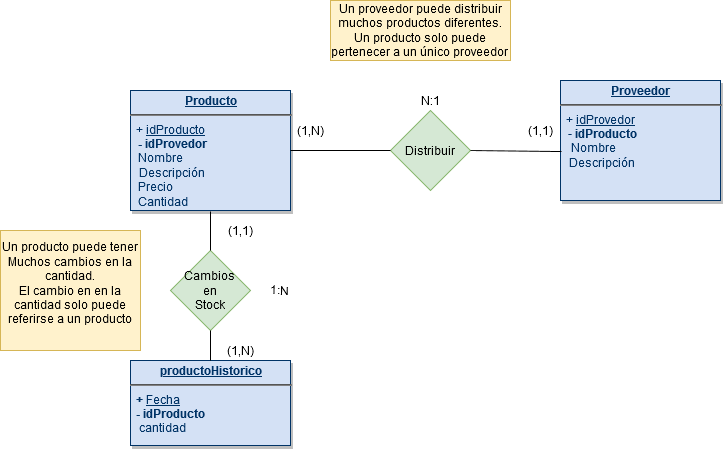
Earlier version of the draw.io export Model Diagram.png (EddyCeti/JarabeProject). Source tidied: cells renumbered, new cells last; positions are measured from the earlier drawing's top-left corner, leaving out a move shared by most shapes.
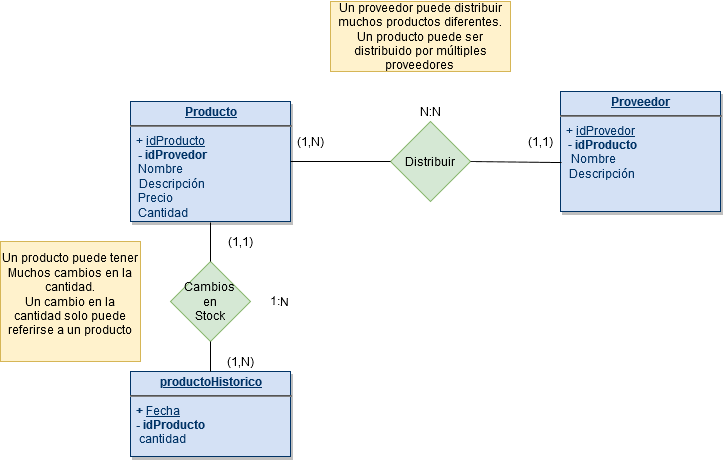
The same diagram one commit later.

Commit message:
Model Diagram V2.png

What changed in the source:
```diff
@@ -17,7 +17,7 @@
     <mxCell id="6" style="endArrow=none;html=1;entryX=1;entryY=0.5;entryDx=0;entryDy=0;exitX=0.006;exitY=0.592;exitDx=0;exitDy=0;exitPerimeter=0;" parent="1" edge="1" source="3" target="4">
       <mxGeometry relative="1" as="geometry" />
     </mxCell>
-    <mxCell id="7" value="N:1" style="text;html=1;strokeColor=none;fillColor=none;align=center;verticalAlign=middle;whiteSpace=wrap;rounded=0;" parent="1" vertex="1">
+    <mxCell id="7" value="N:N" style="text;html=1;strokeColor=none;fillColor=none;align=center;verticalAlign=middle;whiteSpace=wrap;rounded=0;" parent="1" vertex="1">
       <mxGeometry x="410" y="90" width="40" height="20" as="geometry" />
     </mxCell>
     <mxCell id="8" value="&lt;p style=&quot;margin: 0px ; margin-top: 4px ; text-align: center ; text-decoration: underline&quot;&gt;&lt;strong&gt;productoHistorico&lt;/strong&gt;&lt;/p&gt;&lt;hr&gt;&lt;div&gt;&lt;b&gt;&amp;nbsp; + &lt;/b&gt;&lt;u&gt;Fecha&lt;/u&gt;&lt;/div&gt;&lt;b&gt;&amp;nbsp; - idProducto&lt;/b&gt;&lt;div&gt;&amp;nbsp;&amp;nbsp; cantidad&lt;br&gt;&lt;/div&gt;&lt;b&gt;&lt;/b&gt;&lt;p style=&quot;margin: 0px ; margin-left: 8px&quot;&gt;&lt;br&gt;&lt;/p&gt;" style="verticalAlign=top;align=left;overflow=fill;fontSize=12;fontFamily=Helvetica;html=1;strokeColor=#003366;shadow=1;fillColor=#D4E1F5;fontColor=#003366;" parent="1" vertex="1">
@@ -43,8 +43,8 @@
     <mxCell id="14" value="(1,1)" style="text;html=1;strokeColor=none;fillColor=none;align=center;verticalAlign=middle;whiteSpace=wrap;rounded=0;" parent="1" vertex="1">
       <mxGeometry x="520" y="120" width="40" height="20" as="geometry" />
     </mxCell>
-    <mxCell id="15" value="&lt;div&gt;Un proveedor puede distribuir muchos productos diferentes.&lt;/div&gt;&lt;div&gt;Un producto solo puede pertenecer a un único proveedor&lt;br&gt;&lt;/div&gt;" style="text;html=1;strokeColor=#d6b656;fillColor=#fff2cc;align=center;verticalAlign=middle;whiteSpace=wrap;rounded=0;" parent="1" vertex="1">
-      <mxGeometry x="330" width="180" height="60" as="geometry" />
+    <mxCell id="15" value="&lt;div&gt;Un proveedor puede distribuir muchos productos diferentes.&lt;/div&gt;&lt;div&gt;Un producto puede ser distribuido por múltiples proveedores&lt;br&gt;&lt;/div&gt;" style="text;html=1;strokeColor=#d6b656;fillColor=#fff2cc;align=center;verticalAlign=middle;whiteSpace=wrap;rounded=0;" parent="1" vertex="1">
+      <mxGeometry x="330" y="-10" width="180" height="70" as="geometry" />
     </mxCell>
     <mxCell id="16" value="(1,1)" style="text;html=1;strokeColor=none;fillColor=none;align=center;verticalAlign=middle;whiteSpace=wrap;rounded=0;" parent="1" vertex="1">
       <mxGeometry x="220" y="220" width="40" height="20" as="geometry" />
@@ -52,7 +52,7 @@
     <mxCell id="17" value="(1,N)" style="text;html=1;strokeColor=none;fillColor=none;align=center;verticalAlign=middle;whiteSpace=wrap;rounded=0;" parent="1" vertex="1">
       <mxGeometry x="220" y="340" width="40" height="20" as="geometry" />
     </mxCell>
-    <mxCell id="18" value="&lt;div&gt;Un producto puede tener Muchos cambios en la cantidad.&lt;br&gt;&lt;/div&gt;&lt;div&gt;El cambio en en la cantidad solo puede referirse a un producto&lt;/div&gt;&lt;div&gt;&lt;br&gt;&lt;/div&gt;" style="text;html=1;align=center;verticalAlign=middle;whiteSpace=wrap;rounded=0;fillColor=#fff2cc;strokeColor=#d6b656;" parent="1" vertex="1">
+    <mxCell id="18" value="&lt;div&gt;Un producto puede tener Muchos cambios en la cantidad.&lt;br&gt;&lt;/div&gt;&lt;div&gt;Un cambio en la cantidad solo puede referirse a un producto&lt;/div&gt;&lt;div&gt;&lt;br&gt;&lt;/div&gt;" style="text;html=1;align=center;verticalAlign=middle;whiteSpace=wrap;rounded=0;fillColor=#fff2cc;strokeColor=#d6b656;" parent="1" vertex="1">
       <mxGeometry y="230" width="140" height="120" as="geometry" />
     </mxCell>
   </root>
```
